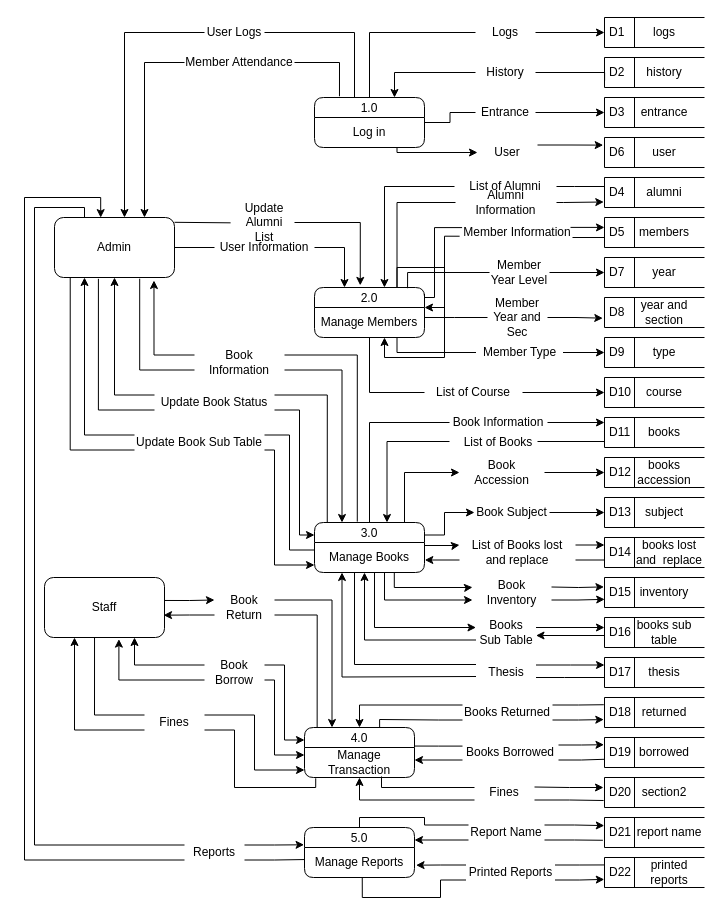
The draw.io diagram dfdnew.drawio in Jayrou12345/Flowchart, before the edit. Source tidied: cells renumbered, new cells numbered last; positions are measured from the earlier drawing's top-left corner, leaving out a move shared by most shapes. Both pictures are drawn from the tidied source at 100%, with x=0, y=0 at pixel (24, 17).
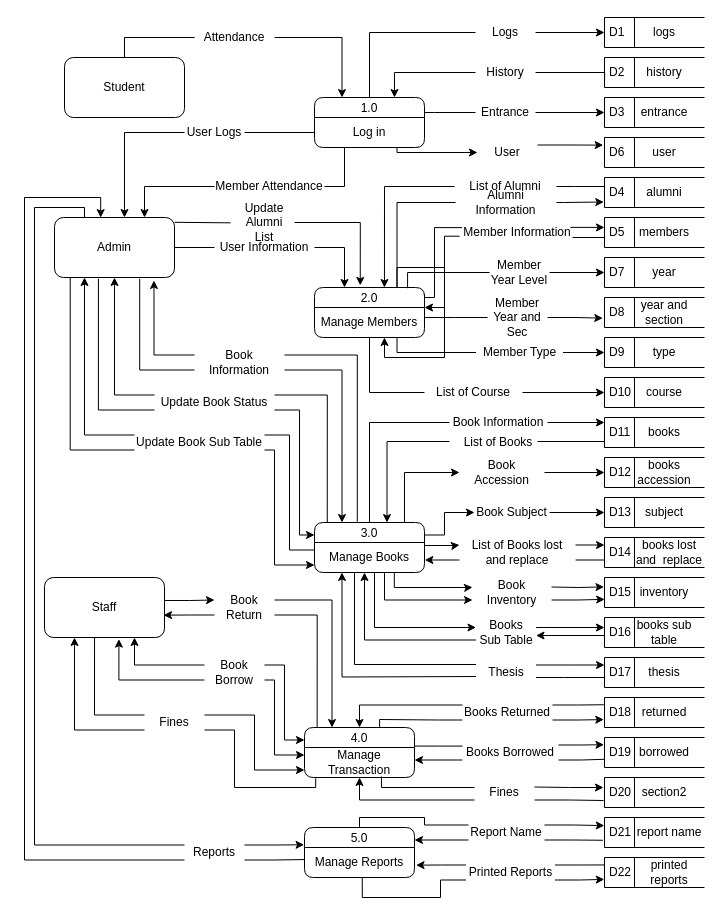
The same page after the edit.

Unchanged cells that the change refers to:
```xml
<mxCell id="64" value="1.0" style="swimlane;fontStyle=0;horizontal=1;startSize=20;fillColor=#ffffff;swimlaneFillColor=#ffffff;rounded=1;" parent="1" vertex="1">
  <mxGeometry x="290" y="80" width="110" height="50" as="geometry" />
</mxCell>
<mxCell id="65" value="Log in" style="text;html=1;strokeColor=none;fillColor=none;align=center;verticalAlign=middle;whiteSpace=wrap;rounded=1;" parent="64" vertex="1">
  <mxGeometry y="20" width="110" height="30" as="geometry" />
</mxCell>
<mxCell id="68" value="Admin" style="rounded=1;whiteSpace=wrap;html=1;" parent="1" vertex="1">
  <mxGeometry x="30" y="200" width="120" height="60" as="geometry" />
</mxCell>
<mxCell id="151" value="Entrance" style="text;html=1;strokeColor=none;fillColor=none;align=center;verticalAlign=middle;whiteSpace=wrap;rounded=0;" parent="1" vertex="1">
  <mxGeometry x="451" y="80" width="60" height="30" as="geometry" />
</mxCell>
```

What changed in the source:
```diff
@@
-    <mxCell id="67" style="edgeStyle=orthogonalEdgeStyle;rounded=0;jettySize=auto;html=1;entryX=0.25;entryY=0;entryDx=0;entryDy=0;endArrow=none;endFill=0;" parent="1" edge="1" target="64">
+    <mxCell id="67" style="edgeStyle=orthogonalEdgeStyle;rounded=0;jettySize=auto;html=1;entryX=0;entryY=0.25;entryDx=0;entryDy=0;endArrow=none;endFill=0;exitX=1;exitY=0.5;exitDx=0;exitDy=0;" parent="1" edge="1" source="160" target="65">
       <mxGeometry relative="1" as="geometry">
-        <mxPoint x="240" y="15" as="sourcePoint" />
         <Array as="points">
-          <mxPoint x="330" y="15" />
-          <mxPoint x="330" y="80" />
+          <mxPoint x="290" y="115" />
         </Array>
       </mxGeometry>
     </mxCell>
@@
     <mxCell id="150" style="edgeStyle=orthogonalEdgeStyle;rounded=0;jettySize=auto;html=1;exitX=0;exitY=0.5;exitDx=0;exitDy=0;endArrow=none;endFill=0;" parent="1" edge="1" source="151" target="64">
-      <mxGeometry relative="1" as="geometry" />
+      <mxGeometry relative="1" as="geometry">
+        <Array as="points">
+          <mxPoint x="410" y="95" />
+          <mxPoint x="410" y="95" />
+        </Array>
+      </mxGeometry>
     </mxCell>
@@
-    <mxCell id="159" style="edgeStyle=orthogonalEdgeStyle;rounded=0;jettySize=auto;html=1;entryX=0;entryY=0.5;entryDx=0;entryDy=0;startArrow=classic;startFill=1;endArrow=none;endFill=0;" parent="1" edge="1" source="68">
+    <mxCell id="159" style="edgeStyle=orthogonalEdgeStyle;rounded=0;jettySize=auto;html=1;entryX=0;entryY=0.5;entryDx=0;entryDy=0;startArrow=classic;startFill=1;endArrow=none;endFill=0;" parent="1" edge="1" source="68" target="160">
       <mxGeometry relative="1" as="geometry">
-        <mxPoint x="180" y="15" as="targetPoint" />
         <Array as="points">
-          <mxPoint x="100" y="15" />
+          <mxPoint x="100" y="115" />
         </Array>
       </mxGeometry>
     </mxCell>
     <mxCell id="160" value="User Logs" style="text;html=1;strokeColor=none;fillColor=none;align=center;verticalAlign=middle;whiteSpace=wrap;rounded=0;" parent="1" vertex="1">
-      <mxGeometry x="180" width="60" height="30" as="geometry" />
+      <mxGeometry x="160" y="100" width="60" height="30" as="geometry" />
     </mxCell>
@@
     <mxCell id="162" value="Member Attendance" style="text;html=1;strokeColor=none;fillColor=none;align=center;verticalAlign=middle;whiteSpace=wrap;rounded=0;" parent="1" vertex="1">
-      <mxGeometry x="160" y="30" width="110" height="30" as="geometry" />
+      <mxGeometry x="190" y="154" width="110" height="30" as="geometry" />
     </mxCell>
-    <mxCell id="163" style="edgeStyle=orthogonalEdgeStyle;rounded=0;jettySize=auto;html=1;entryX=0.227;entryY=-0.025;entryDx=0;entryDy=0;entryPerimeter=0;endArrow=none;endFill=0;" parent="1" edge="1" source="162" target="64">
-      <mxGeometry relative="1" as="geometry" />
+    <mxCell id="163" style="edgeStyle=orthogonalEdgeStyle;rounded=0;jettySize=auto;html=1;entryX=0.25;entryY=1;entryDx=0;entryDy=0;endArrow=none;endFill=0;exitX=1;exitY=0.5;exitDx=0;exitDy=0;" parent="1" edge="1" source="162" target="65">
+      <mxGeometry relative="1" as="geometry">
+        <Array as="points">
+          <mxPoint x="320" y="169" />
+          <mxPoint x="320" y="130" />
+        </Array>
+      </mxGeometry>
     </mxCell>
@@
+    <mxCell id="198" style="edgeStyle=orthogonalEdgeStyle;rounded=0;jettySize=auto;html=1;exitX=0.5;exitY=0;exitDx=0;exitDy=0;entryX=0;entryY=0.5;entryDx=0;entryDy=0;endArrow=none;endFill=0;" parent="1" edge="1" source="199" target="201">
+      <mxGeometry relative="1" as="geometry" />
+    </mxCell>
+    <mxCell id="199" value="Student" style="rounded=1;whiteSpace=wrap;html=1;" parent="1" vertex="1">
+      <mxGeometry x="40" y="40" width="120" height="60" as="geometry" />
+    </mxCell>
+    <mxCell id="200" style="edgeStyle=orthogonalEdgeStyle;rounded=0;jettySize=auto;html=1;entryX=0.25;entryY=0;entryDx=0;entryDy=0;" parent="1" edge="1" source="201" target="64">
+      <mxGeometry relative="1" as="geometry" />
+    </mxCell>
+    <mxCell id="201" value="Attendance" style="text;html=1;strokeColor=none;fillColor=none;align=center;verticalAlign=middle;whiteSpace=wrap;rounded=0;" parent="1" vertex="1">
+      <mxGeometry x="170" y="5" width="80" height="30" as="geometry" />
+    </mxCell>
```
